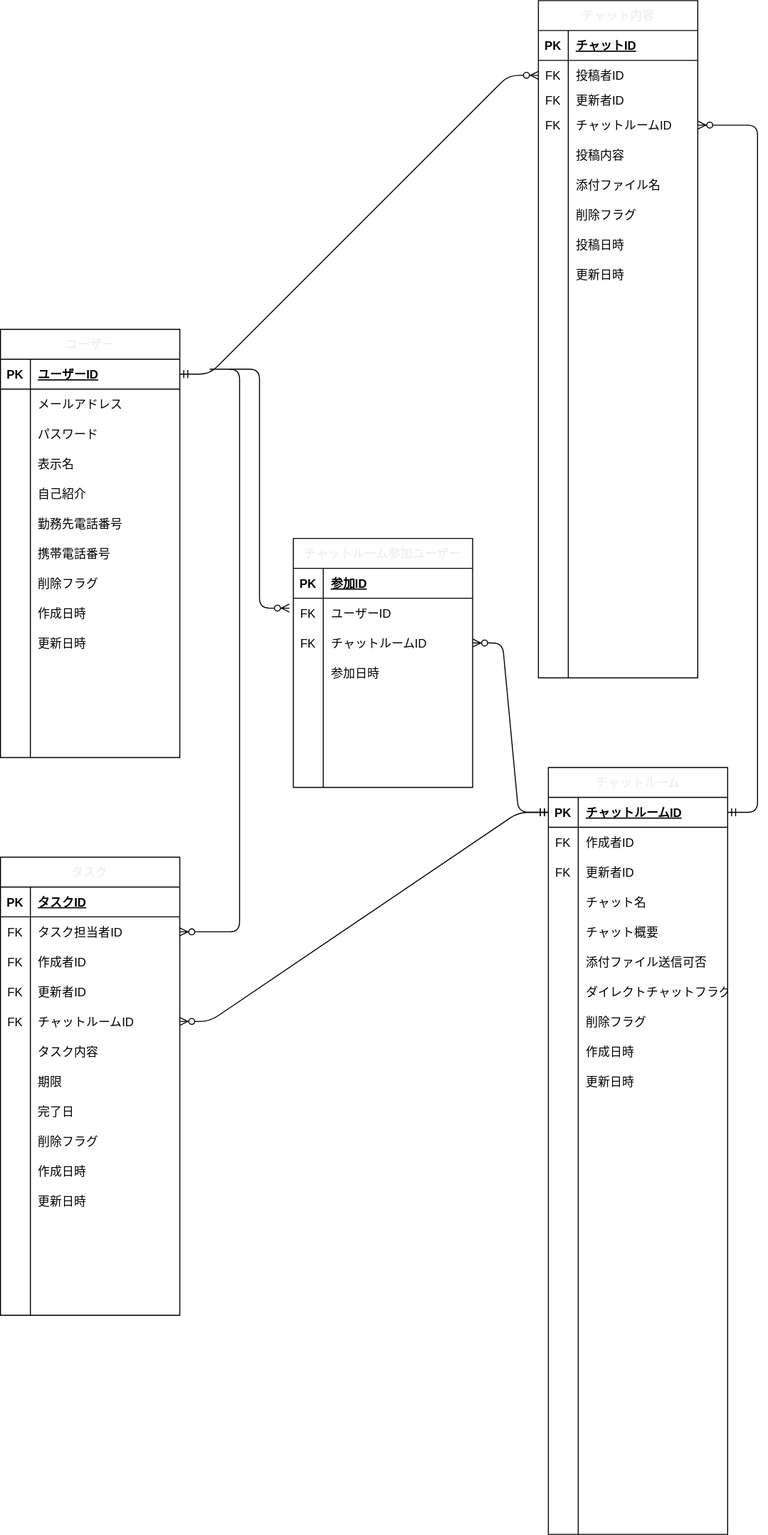
This is db/db-challenge1/ERDiagram.drawio.svg from DaisukeKikukawa/codegym-db, a draw.io export, as it was before one commit. Source tidied: cells renumbered, new cells last; positions are measured from the earlier drawing's top-left corner, leaving out a move shared by most shapes.
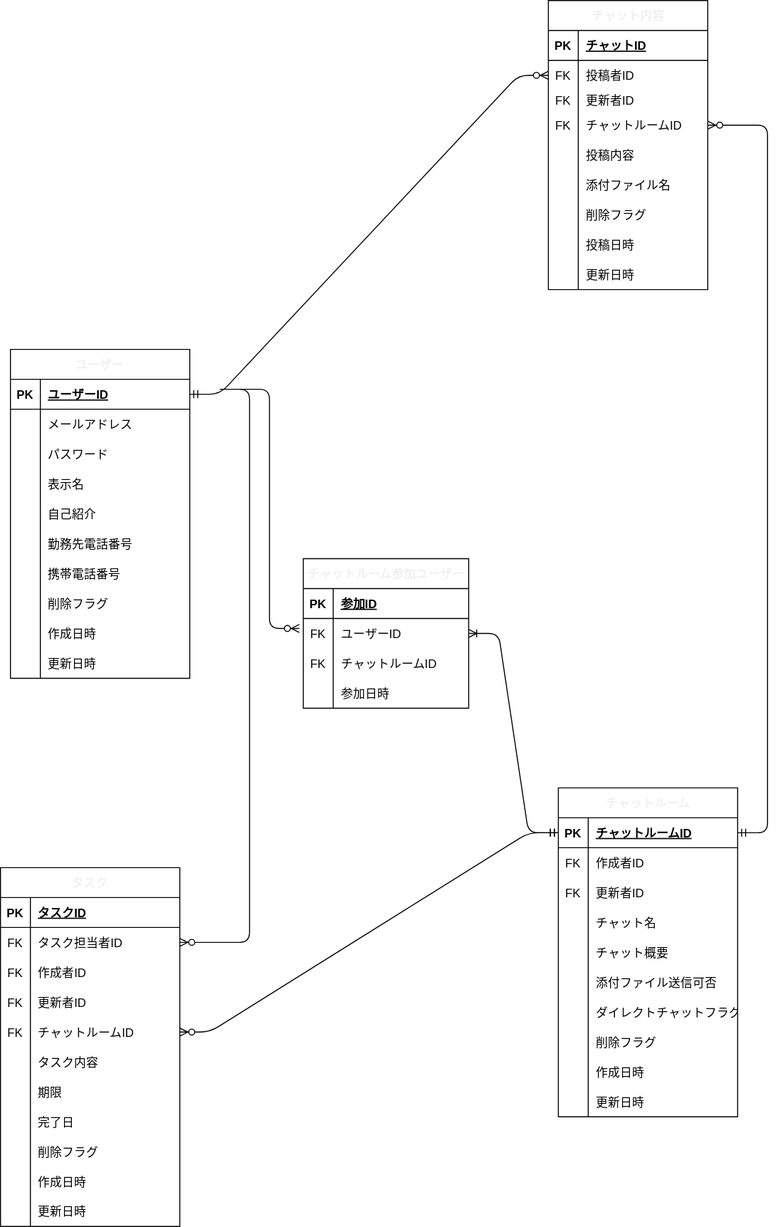
The same diagram one commit later.

Change to the diagram source:
```diff
@@ -3,7 +3,7 @@
     <mxCell id="0" />
     <mxCell id="1" parent="0" />
     <mxCell id="2" value="ユーザー" style="shape=table;startSize=30;rowLines=0;fontStyle=1;align=center;fontColor=#f0f0f0;" parent="1" vertex="1">
-      <mxGeometry y="330" width="180" height="430" as="geometry" />
+      <mxGeometry y="330" width="180" height="330" as="geometry" />
     </mxCell>
     <mxCell id="3" style="shape=partialRectangle;fillColor=none;top=0;left=0;bottom=1;right=0;points=[[0,0.5],[1,0.5]];portConstraint=eastwest;" parent="2" vertex="1">
       <mxGeometry y="30" width="180" height="30" as="geometry" />
@@ -96,7 +96,7 @@
       <mxGeometry x="30" width="150" height="30" as="geometry" />
     </mxCell>
     <mxCell id="33" value="チャット内容" style="shape=table;startSize=30;rowLines=0;fontStyle=1;align=center;fontColor=#f0f0f0;" parent="1" vertex="1">
-      <mxGeometry x="540" width="160" height="680" as="geometry" />
+      <mxGeometry x="540" y="-20" width="160" height="290" as="geometry" />
     </mxCell>
     <mxCell id="34" style="shape=partialRectangle;fillColor=none;top=0;left=0;bottom=1;right=0;" parent="33" vertex="1">
       <mxGeometry y="30" width="160" height="30" as="geometry" />
@@ -179,53 +179,8 @@
     <mxCell id="60" value="更新日時" style="shape=partialRectangle;fillColor=none;top=0;left=0;bottom=0;right=0;align=left;spacingLeft=6;overflow=hidden;" parent="58" vertex="1">
       <mxGeometry x="30" width="130" height="30" as="geometry" />
     </mxCell>
-    <mxCell id="61" style="shape=partialRectangle;fillColor=none;top=0;left=0;bottom=0;right=0;" parent="33" vertex="1">
-      <mxGeometry y="290" width="160" height="30" as="geometry" />
-    </mxCell>
-    <mxCell id="62" style="shape=partialRectangle;fillColor=none;top=0;left=0;bottom=0;right=0;overflow=hidden;" parent="61" vertex="1">
-      <mxGeometry width="30" height="30" as="geometry" />
-    </mxCell>
-    <mxCell id="63" style="shape=partialRectangle;fillColor=none;top=0;left=0;bottom=0;right=0;align=left;spacingLeft=6;overflow=hidden;" parent="61" vertex="1">
-      <mxGeometry x="30" width="130" height="30" as="geometry" />
-    </mxCell>
-    <mxCell id="64" style="shape=partialRectangle;fillColor=none;top=0;left=0;bottom=0;right=0;" parent="33" vertex="1">
-      <mxGeometry y="320" width="160" height="30" as="geometry" />
-    </mxCell>
-    <mxCell id="65" style="shape=partialRectangle;fillColor=none;top=0;left=0;bottom=0;right=0;overflow=hidden;" parent="64" vertex="1">
-      <mxGeometry width="30" height="30" as="geometry" />
-    </mxCell>
-    <mxCell id="66" style="shape=partialRectangle;fillColor=none;top=0;left=0;bottom=0;right=0;align=left;spacingLeft=6;overflow=hidden;" parent="64" vertex="1">
-      <mxGeometry x="30" width="130" height="30" as="geometry" />
-    </mxCell>
-    <mxCell id="67" style="shape=partialRectangle;fillColor=none;top=0;left=0;bottom=0;right=0;" parent="33" vertex="1">
-      <mxGeometry y="350" width="160" height="30" as="geometry" />
-    </mxCell>
-    <mxCell id="68" style="shape=partialRectangle;fillColor=none;top=0;left=0;bottom=0;right=0;overflow=hidden;" parent="67" vertex="1">
-      <mxGeometry width="30" height="30" as="geometry" />
-    </mxCell>
-    <mxCell id="69" style="shape=partialRectangle;fillColor=none;top=0;left=0;bottom=0;right=0;align=left;spacingLeft=6;overflow=hidden;" parent="67" vertex="1">
-      <mxGeometry x="30" width="130" height="30" as="geometry" />
-    </mxCell>
-    <mxCell id="70" style="shape=partialRectangle;fillColor=none;top=0;left=0;bottom=0;right=0;" parent="33" vertex="1">
-      <mxGeometry y="380" width="160" height="30" as="geometry" />
-    </mxCell>
-    <mxCell id="71" style="shape=partialRectangle;fillColor=none;top=0;left=0;bottom=0;right=0;overflow=hidden;" parent="70" vertex="1">
-      <mxGeometry width="30" height="30" as="geometry" />
-    </mxCell>
-    <mxCell id="72" style="shape=partialRectangle;fillColor=none;top=0;left=0;bottom=0;right=0;align=left;spacingLeft=6;overflow=hidden;" parent="70" vertex="1">
-      <mxGeometry x="30" width="130" height="30" as="geometry" />
-    </mxCell>
-    <mxCell id="73" style="shape=partialRectangle;fillColor=none;top=0;left=0;bottom=0;right=0;" parent="33" vertex="1">
-      <mxGeometry y="410" width="160" height="30" as="geometry" />
-    </mxCell>
-    <mxCell id="74" style="shape=partialRectangle;fillColor=none;top=0;left=0;bottom=0;right=0;overflow=hidden;" parent="73" vertex="1">
-      <mxGeometry width="30" height="30" as="geometry" />
-    </mxCell>
-    <mxCell id="75" style="shape=partialRectangle;fillColor=none;top=0;left=0;bottom=0;right=0;align=left;spacingLeft=6;overflow=hidden;" parent="73" vertex="1">
-      <mxGeometry x="30" width="130" height="30" as="geometry" />
-    </mxCell>
     <mxCell id="76" value="タスク" style="shape=table;startSize=30;rowLines=0;fontStyle=1;align=center;fontColor=#f0f0f0;" parent="1" vertex="1">
-      <mxGeometry y="860" width="180" height="460" as="geometry" />
+      <mxGeometry x="-10" y="850" width="180" height="360" as="geometry" />
     </mxCell>
     <mxCell id="77" style="shape=partialRectangle;fillColor=none;top=0;left=0;bottom=1;right=0;" parent="76" vertex="1">
       <mxGeometry y="30" width="180" height="30" as="geometry" />
@@ -326,35 +281,8 @@
     <mxCell id="109" value="更新日時" style="shape=partialRectangle;fillColor=none;top=0;left=0;bottom=0;right=0;align=left;spacingLeft=6;overflow=hidden;" parent="107" vertex="1">
       <mxGeometry x="30" width="150" height="30" as="geometry" />
     </mxCell>
-    <mxCell id="110" style="shape=partialRectangle;fillColor=none;top=0;left=0;bottom=0;right=0;" parent="76" vertex="1">
-      <mxGeometry y="360" width="180" height="30" as="geometry" />
-    </mxCell>
-    <mxCell id="111" style="shape=partialRectangle;fillColor=none;top=0;left=0;bottom=0;right=0;overflow=hidden;" parent="110" vertex="1">
-      <mxGeometry width="30" height="30" as="geometry" />
-    </mxCell>
-    <mxCell id="112" style="shape=partialRectangle;fillColor=none;top=0;left=0;bottom=0;right=0;align=left;spacingLeft=6;overflow=hidden;" parent="110" vertex="1">
-      <mxGeometry x="30" width="150" height="30" as="geometry" />
-    </mxCell>
-    <mxCell id="113" style="shape=partialRectangle;fillColor=none;top=0;left=0;bottom=0;right=0;" parent="76" vertex="1">
-      <mxGeometry y="390" width="180" height="30" as="geometry" />
-    </mxCell>
-    <mxCell id="114" style="shape=partialRectangle;fillColor=none;top=0;left=0;bottom=0;right=0;overflow=hidden;" parent="113" vertex="1">
-      <mxGeometry width="30" height="30" as="geometry" />
-    </mxCell>
-    <mxCell id="115" style="shape=partialRectangle;fillColor=none;top=0;left=0;bottom=0;right=0;align=left;spacingLeft=6;overflow=hidden;" parent="113" vertex="1">
-      <mxGeometry x="30" width="150" height="30" as="geometry" />
-    </mxCell>
-    <mxCell id="116" style="shape=partialRectangle;fillColor=none;top=0;left=0;bottom=0;right=0;" parent="76" vertex="1">
-      <mxGeometry y="420" width="180" height="30" as="geometry" />
-    </mxCell>
-    <mxCell id="117" style="shape=partialRectangle;fillColor=none;top=0;left=0;bottom=0;right=0;overflow=hidden;" parent="116" vertex="1">
-      <mxGeometry width="30" height="30" as="geometry" />
-    </mxCell>
-    <mxCell id="118" style="shape=partialRectangle;fillColor=none;top=0;left=0;bottom=0;right=0;align=left;spacingLeft=6;overflow=hidden;" parent="116" vertex="1">
-      <mxGeometry x="30" width="150" height="30" as="geometry" />
-    </mxCell>
     <mxCell id="119" value="チャットルーム" style="shape=table;startSize=30;rowLines=0;fontStyle=1;align=center;fontColor=#f0f0f0;" parent="1" vertex="1">
-      <mxGeometry x="550" y="770" width="180" height="770" as="geometry" />
+      <mxGeometry x="550" y="770" width="180" height="330" as="geometry" />
     </mxCell>
     <mxCell id="120" style="shape=partialRectangle;fillColor=none;top=0;left=0;bottom=1;right=0;points=[[0,0.5],[1,0.5]];portConstraint=eastwest;" parent="119" vertex="1">
       <mxGeometry y="30" width="180" height="30" as="geometry" />
@@ -446,69 +374,6 @@
     <mxCell id="149" value="更新日時" style="shape=partialRectangle;fillColor=none;top=0;left=0;bottom=0;right=0;align=left;spacingLeft=6;overflow=hidden;" parent="147" vertex="1">
       <mxGeometry x="30" width="150" height="30" as="geometry" />
     </mxCell>
-    <mxCell id="150" style="shape=partialRectangle;fillColor=none;top=0;left=0;bottom=0;right=0;" parent="119" vertex="1">
-      <mxGeometry y="330" width="180" height="30" as="geometry" />
-    </mxCell>
-    <mxCell id="151" style="shape=partialRectangle;fillColor=none;top=0;left=0;bottom=0;right=0;overflow=hidden;" parent="150" vertex="1">
-      <mxGeometry width="30" height="30" as="geometry" />
-    </mxCell>
-    <mxCell id="152" style="shape=partialRectangle;fillColor=none;top=0;left=0;bottom=0;right=0;align=left;spacingLeft=6;overflow=hidden;" parent="150" vertex="1">
-      <mxGeometry x="30" width="150" height="30" as="geometry" />
-    </mxCell>
-    <mxCell id="153" style="shape=partialRectangle;fillColor=none;top=0;left=0;bottom=0;right=0;" parent="119" vertex="1">
-      <mxGeometry y="360" width="180" height="30" as="geometry" />
-    </mxCell>
-    <mxCell id="154" style="shape=partialRectangle;fillColor=none;top=0;left=0;bottom=0;right=0;fontStyle=0;overflow=hidden;" parent="153" vertex="1">
-      <mxGeometry width="30" height="30" as="geometry" />
-    </mxCell>
-    <mxCell id="155" style="shape=partialRectangle;fillColor=none;top=0;left=0;bottom=0;right=0;align=left;spacingLeft=6;fontStyle=0;overflow=hidden;" parent="153" vertex="1">
-      <mxGeometry x="30" width="150" height="30" as="geometry" />
-    </mxCell>
-    <mxCell id="156" style="shape=partialRectangle;fillColor=none;top=0;left=0;bottom=0;right=0;" parent="119" vertex="1">
-      <mxGeometry y="390" width="180" height="30" as="geometry" />
-    </mxCell>
-    <mxCell id="157" style="shape=partialRectangle;fillColor=none;top=0;left=0;bottom=0;right=0;fontStyle=0;overflow=hidden;" parent="156" vertex="1">
-      <mxGeometry width="30" height="30" as="geometry" />
-    </mxCell>
-    <mxCell id="158" style="shape=partialRectangle;fillColor=none;top=0;left=0;bottom=0;right=0;align=left;spacingLeft=6;fontStyle=0;overflow=hidden;" parent="156" vertex="1">
-      <mxGeometry x="30" width="150" height="30" as="geometry" />
-    </mxCell>
-    <mxCell id="159" style="shape=partialRectangle;fillColor=none;top=0;left=0;bottom=0;right=0;" parent="119" vertex="1">
-      <mxGeometry y="420" width="180" height="30" as="geometry" />
-    </mxCell>
-    <mxCell id="160" style="shape=partialRectangle;fillColor=none;top=0;left=0;bottom=0;right=0;fontStyle=0;overflow=hidden;" parent="159" vertex="1">
-      <mxGeometry width="30" height="30" as="geometry" />
-    </mxCell>
-    <mxCell id="161" style="shape=partialRectangle;fillColor=none;top=0;left=0;bottom=0;right=0;align=left;spacingLeft=6;fontStyle=0;overflow=hidden;" parent="159" vertex="1">
-      <mxGeometry x="30" width="150" height="30" as="geometry" />
-    </mxCell>
-    <mxCell id="162" style="shape=partialRectangle;fillColor=none;top=0;left=0;bottom=0;right=0;" parent="119" vertex="1">
-      <mxGeometry y="450" width="180" height="30" as="geometry" />
-    </mxCell>
-    <mxCell id="163" style="shape=partialRectangle;fillColor=none;top=0;left=0;bottom=0;right=0;overflow=hidden;" parent="162" vertex="1">
-      <mxGeometry width="30" height="30" as="geometry" />
-    </mxCell>
-    <mxCell id="164" style="shape=partialRectangle;fillColor=none;top=0;left=0;bottom=0;right=0;align=left;spacingLeft=6;overflow=hidden;" parent="162" vertex="1">
-      <mxGeometry x="30" width="150" height="30" as="geometry" />
-    </mxCell>
-    <mxCell id="165" style="shape=partialRectangle;fillColor=none;top=0;left=0;bottom=0;right=0;" parent="119" vertex="1">
-      <mxGeometry y="480" width="180" height="30" as="geometry" />
-    </mxCell>
-    <mxCell id="166" style="shape=partialRectangle;fillColor=none;top=0;left=0;bottom=0;right=0;overflow=hidden;" parent="165" vertex="1">
-      <mxGeometry width="30" height="30" as="geometry" />
-    </mxCell>
-    <mxCell id="167" style="shape=partialRectangle;fillColor=none;top=0;left=0;bottom=0;right=0;align=left;spacingLeft=6;overflow=hidden;" parent="165" vertex="1">
-      <mxGeometry x="30" width="150" height="30" as="geometry" />
-    </mxCell>
-    <mxCell id="168" style="shape=partialRectangle;fillColor=none;top=0;left=0;bottom=0;right=0;" parent="119" vertex="1">
-      <mxGeometry y="510" width="180" height="30" as="geometry" />
-    </mxCell>
-    <mxCell id="169" style="shape=partialRectangle;fillColor=none;top=0;left=0;bottom=0;right=0;overflow=hidden;" parent="168" vertex="1">
-      <mxGeometry width="30" height="30" as="geometry" />
-    </mxCell>
-    <mxCell id="170" style="shape=partialRectangle;fillColor=none;top=0;left=0;bottom=0;right=0;align=left;spacingLeft=6;overflow=hidden;" parent="168" vertex="1">
-      <mxGeometry x="30" width="150" height="30" as="geometry" />
-    </mxCell>
     <mxCell id="171" style="edgeStyle=entityRelationEdgeStyle;fontSize=12;html=1;endArrow=ERzeroToMany;startArrow=ERmandOne;align=center;" parent="1" edge="1" source="3" target="37">
       <mxGeometry relative="1" as="geometry" />
     </mxCell>
@@ -524,79 +389,52 @@
       <mxGeometry relative="1" as="geometry" />
     </mxCell>
     <mxCell id="175" value="チャットルーム参加ユーザー" style="shape=table;startSize=30;rowLines=0;fontStyle=1;align=center;fontColor=#f0f0f0;" parent="1" vertex="1">
-      <mxGeometry x="294" y="540" width="180" height="250" as="geometry" />
+      <mxGeometry x="294" y="540" width="166" height="150" as="geometry" />
     </mxCell>
     <mxCell id="176" style="shape=partialRectangle;fillColor=none;top=0;left=0;bottom=1;right=0;" parent="175" vertex="1">
-      <mxGeometry y="30" width="180" height="30" as="geometry" />
+      <mxGeometry y="30" width="166" height="30" as="geometry" />
     </mxCell>
     <mxCell id="177" value="PK" style="shape=partialRectangle;fillColor=none;top=0;left=0;bottom=0;right=0;fontStyle=1;overflow=hidden;" parent="176" vertex="1">
       <mxGeometry width="30" height="30" as="geometry" />
     </mxCell>
     <mxCell id="178" value="参加ID" style="shape=partialRectangle;fillColor=none;top=0;left=0;bottom=0;right=0;align=left;spacingLeft=6;fontStyle=5;overflow=hidden;" parent="176" vertex="1">
-      <mxGeometry x="30" width="150" height="30" as="geometry" />
+      <mxGeometry x="30" width="136" height="30" as="geometry" />
     </mxCell>
     <mxCell id="179" style="shape=partialRectangle;fillColor=none;top=0;left=0;bottom=0;right=0;points=[[0,0.5],[1,0.5]];portConstraint=eastwest;" parent="175" vertex="1">
-      <mxGeometry y="60" width="180" height="30" as="geometry" />
+      <mxGeometry y="60" width="166" height="30" as="geometry" />
     </mxCell>
     <mxCell id="180" value="FK" style="shape=partialRectangle;fillColor=none;top=0;left=0;bottom=0;right=0;fontStyle=0;overflow=hidden;" parent="179" vertex="1">
       <mxGeometry width="30" height="30" as="geometry" />
     </mxCell>
     <mxCell id="181" value="ユーザーID" style="shape=partialRectangle;fillColor=none;top=0;left=0;bottom=0;right=0;align=left;spacingLeft=6;fontStyle=0;overflow=hidden;" parent="179" vertex="1">
-      <mxGeometry x="30" width="150" height="30" as="geometry" />
+      <mxGeometry x="30" width="136" height="30" as="geometry" />
     </mxCell>
     <mxCell id="182" style="shape=partialRectangle;fillColor=none;top=0;left=0;bottom=0;right=0;points=[[0,0.5],[1,0.5]];portConstraint=eastwest;" parent="175" vertex="1">
-      <mxGeometry y="90" width="180" height="30" as="geometry" />
+      <mxGeometry y="90" width="166" height="30" as="geometry" />
     </mxCell>
     <mxCell id="183" value="FK" style="shape=partialRectangle;fillColor=none;top=0;left=0;bottom=0;right=0;fontStyle=0;overflow=hidden;" parent="182" vertex="1">
       <mxGeometry width="30" height="30" as="geometry" />
     </mxCell>
     <mxCell id="184" value="チャットルームID" style="shape=partialRectangle;fillColor=none;top=0;left=0;bottom=0;right=0;align=left;spacingLeft=6;fontStyle=0;overflow=hidden;" parent="182" vertex="1">
-      <mxGeometry x="30" width="150" height="30" as="geometry" />
+      <mxGeometry x="30" width="136" height="30" as="geometry" />
     </mxCell>
     <mxCell id="185" style="shape=partialRectangle;fillColor=none;top=0;left=0;bottom=0;right=0;" parent="175" vertex="1">
-      <mxGeometry y="120" width="180" height="30" as="geometry" />
+      <mxGeometry y="120" width="166" height="30" as="geometry" />
     </mxCell>
     <mxCell id="186" style="shape=partialRectangle;fillColor=none;top=0;left=0;bottom=0;right=0;fontStyle=0;overflow=hidden;" parent="185" vertex="1">
       <mxGeometry width="30" height="30" as="geometry" />
     </mxCell>
     <mxCell id="187" value="参加日時" style="shape=partialRectangle;fillColor=none;top=0;left=0;bottom=0;right=0;align=left;spacingLeft=6;fontStyle=0;overflow=hidden;" parent="185" vertex="1">
-      <mxGeometry x="30" width="150" height="30" as="geometry" />
+      <mxGeometry x="30" width="136" height="30" as="geometry" />
     </mxCell>
-    <mxCell id="188" style="shape=partialRectangle;fillColor=none;top=0;left=0;bottom=0;right=0;" parent="175" vertex="1">
-      <mxGeometry y="150" width="180" height="30" as="geometry" />
-    </mxCell>
-    <mxCell id="189" style="shape=partialRectangle;fillColor=none;top=0;left=0;bottom=0;right=0;overflow=hidden;" parent="188" vertex="1">
-      <mxGeometry width="30" height="30" as="geometry" />
-    </mxCell>
-    <mxCell id="190" style="shape=partialRectangle;fillColor=none;top=0;left=0;bottom=0;right=0;align=left;spacingLeft=6;overflow=hidden;" parent="188" vertex="1">
-      <mxGeometry x="30" width="150" height="30" as="geometry" />
-    </mxCell>
-    <mxCell id="191" style="shape=partialRectangle;fillColor=none;top=0;left=0;bottom=0;right=0;" parent="175" vertex="1">
-      <mxGeometry y="180" width="180" height="30" as="geometry" />
-    </mxCell>
-    <mxCell id="192" style="shape=partialRectangle;fillColor=none;top=0;left=0;bottom=0;right=0;overflow=hidden;" parent="191" vertex="1">
-      <mxGeometry width="30" height="30" as="geometry" />
-    </mxCell>
-    <mxCell id="193" style="shape=partialRectangle;fillColor=none;top=0;left=0;bottom=0;right=0;align=left;spacingLeft=6;overflow=hidden;" parent="191" vertex="1">
-      <mxGeometry x="30" width="150" height="30" as="geometry" />
-    </mxCell>
-    <mxCell id="194" style="shape=partialRectangle;fillColor=none;top=0;left=0;bottom=0;right=0;" parent="175" vertex="1">
-      <mxGeometry y="210" width="180" height="30" as="geometry" />
-    </mxCell>
-    <mxCell id="195" style="shape=partialRectangle;fillColor=none;top=0;left=0;bottom=0;right=0;overflow=hidden;" parent="194" vertex="1">
-      <mxGeometry width="30" height="30" as="geometry" />
-    </mxCell>
-    <mxCell id="196" style="shape=partialRectangle;fillColor=none;top=0;left=0;bottom=0;right=0;align=left;spacingLeft=6;overflow=hidden;" parent="194" vertex="1">
-      <mxGeometry x="30" width="150" height="30" as="geometry" />
-    </mxCell>
     <mxCell id="197" style="edgeStyle=entityRelationEdgeStyle;fontSize=12;html=1;endArrow=ERzeroToMany;endFill=1;align=center;" parent="1" edge="1">
       <mxGeometry relative="1" as="geometry">
         <mxPoint x="230" y="370" as="sourcePoint" />
         <mxPoint x="290" y="610" as="targetPoint" />
       </mxGeometry>
     </mxCell>
-    <mxCell id="198" style="edgeStyle=entityRelationEdgeStyle;fontSize=12;html=1;endArrow=ERzeroToMany;startArrow=ERmandOne;align=center;entryX=1;entryY=0.5;entryDx=0;entryDy=0;exitX=0;exitY=0.5;exitDx=0;exitDy=0;" parent="1" edge="1" source="120" target="182">
-      <mxGeometry relative="1" as="geometry" />
-    </mxCell>
+    <mxCell id="199" style="edgeStyle=entityRelationEdgeStyle;fontSize=12;html=1;endArrow=ERoneToMany;startArrow=ERmandOne;align=center;exitX=0;exitY=0.5;exitDx=0;exitDy=0;entryX=1;entryY=0.5;entryDx=0;entryDy=0;" parent="1" edge="1" source="120" target="179">
+      <mxGeometry relative="1" as="geometry" />
+    </mxCell>
   </root>
 </mxGraphModel>
```
